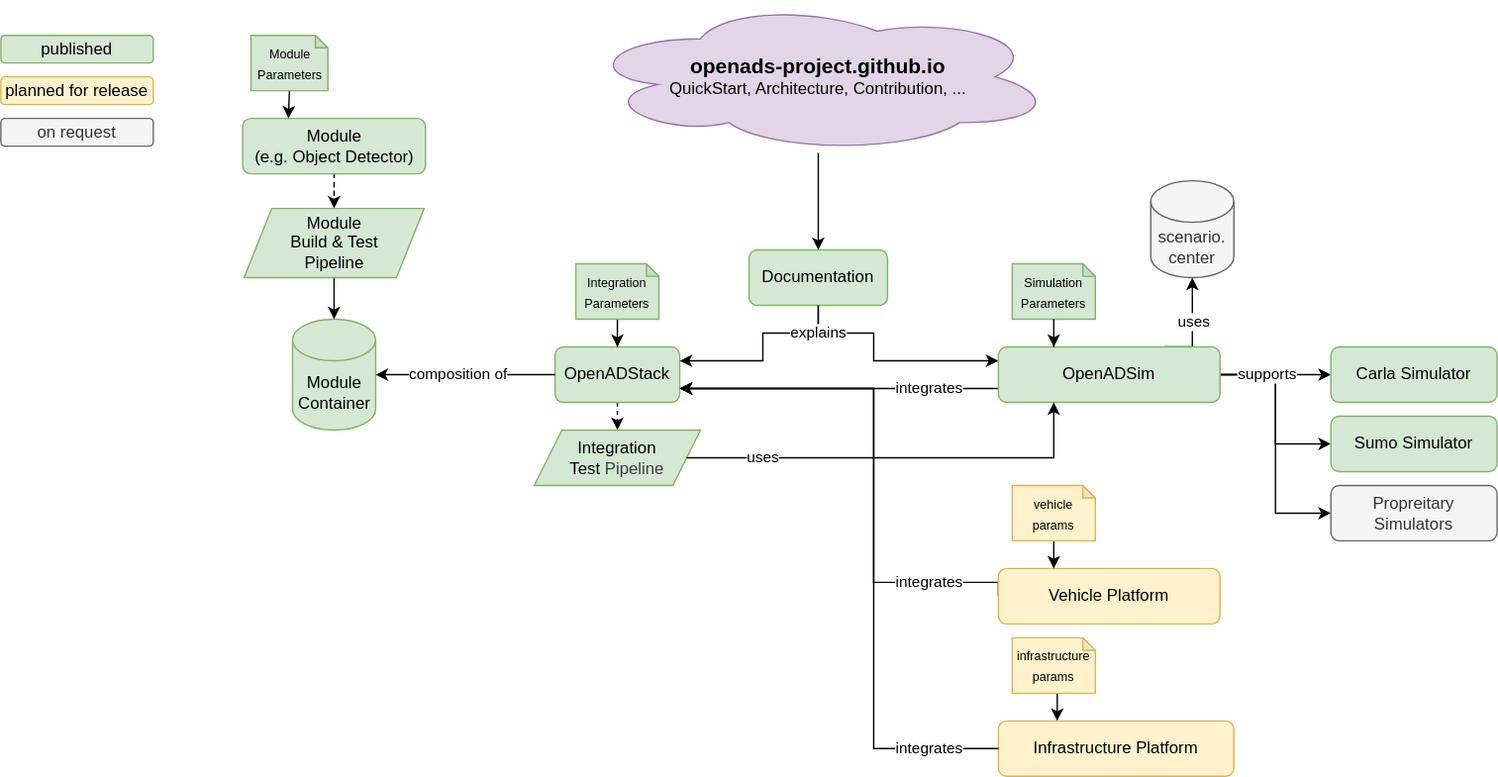
Above: docs/design/architecture.drawio.svg in openads-project/openads-project.github.io (draw.io), before the change. Source tidied: cells renumbered, new cells last; positions are measured from the earlier drawing's top-left corner, leaving out a move shared by most shapes.
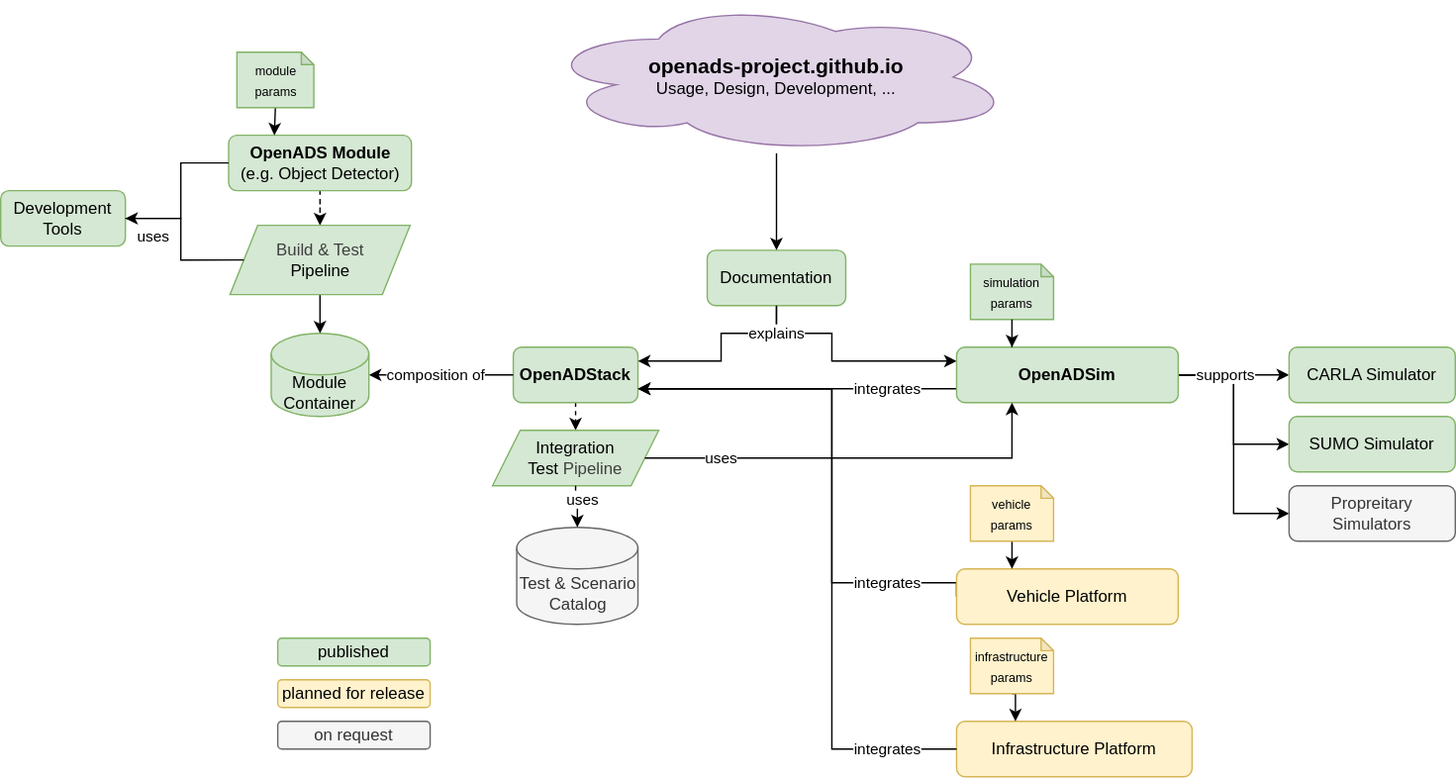
The same file after the commit.

The edit, as a diff of the source:
```diff
@@ -11,7 +11,7 @@
     <mxCell id="4" style="edgeStyle=none;html=1;dashed=1;" parent="1" edge="1" source="5" target="10">
       <mxGeometry relative="1" as="geometry" />
     </mxCell>
-    <mxCell id="5" value="OpenADStack" style="rounded=1;whiteSpace=wrap;html=1;fillColor=#d5e8d4;strokeColor=#82b366;" parent="1" vertex="1">
+    <mxCell id="5" value="OpenADStack" style="rounded=1;whiteSpace=wrap;html=1;fillColor=#d5e8d4;strokeColor=#82b366;fontStyle=1;" parent="1" vertex="1">
       <mxGeometry x="400" y="250" width="90" height="40" as="geometry" />
     </mxCell>
     <mxCell id="6" style="edgeStyle=orthogonalEdgeStyle;rounded=0;jettySize=auto;html=1;entryX=1;entryY=0.25;entryDx=0;entryDy=0;exitX=0.5;exitY=1;exitDx=0;exitDy=0;" parent="1" edge="1" source="7" target="5">
@@ -26,26 +26,20 @@
     <mxCell id="7" value="Documentation" style="rounded=1;whiteSpace=wrap;html=1;fillColor=#d5e8d4;strokeColor=#82b366;" parent="1" vertex="1">
       <mxGeometry x="540" y="180" width="100" height="40" as="geometry" />
     </mxCell>
-    <mxCell id="8" style="edgeStyle=orthogonalEdgeStyle;rounded=0;jettySize=auto;html=1;exitX=0.5;exitY=1;exitDx=0;exitDy=0;exitPerimeter=0;" parent="1" edge="1" source="9" target="5">
-      <mxGeometry relative="1" as="geometry" />
-    </mxCell>
-    <mxCell id="9" value="&lt;font style=&quot;font-size: 9px;&quot;&gt;Integration Parameters&lt;/font&gt;" style="shape=note;whiteSpace=wrap;html=1;backgroundOutline=1;darkOpacity=0.05;size=9;fillColor=#d5e8d4;strokeColor=#82b366;" parent="1" vertex="1">
-      <mxGeometry x="415" y="190" width="60" height="40" as="geometry" />
-    </mxCell>
     <mxCell id="10" value="&lt;div&gt;Integration&lt;/div&gt;&lt;div&gt;Test&amp;nbsp;&lt;span style=&quot;color: rgb(63, 63, 63); background-color: transparent;&quot;&gt;Pipeline&lt;/span&gt;&lt;/div&gt;" style="shape=parallelogram;perimeter=parallelogramPerimeter;whiteSpace=wrap;html=1;fixedSize=1;fillColor=#d5e8d4;strokeColor=#82b366;" parent="1" vertex="1">
       <mxGeometry x="385" y="310" width="120" height="40" as="geometry" />
     </mxCell>
     <mxCell id="11" style="edgeStyle=orthogonalEdgeStyle;rounded=0;jettySize=auto;html=1;entryX=0.5;entryY=0;entryDx=0;entryDy=0;" parent="1" edge="1" source="12" target="7">
       <mxGeometry relative="1" as="geometry" />
     </mxCell>
-    <mxCell id="12" value="&lt;div&gt;&lt;span style=&quot;font-size: 15px;&quot;&gt;&lt;b&gt;openads-project.github.io&lt;/b&gt;&lt;/span&gt;&lt;/div&gt;QuickStart, Architecture, Contribution, ..." style="ellipse;shape=cloud;whiteSpace=wrap;html=1;fillColor=#e1d5e7;strokeColor=#9673a6;" parent="1" vertex="1">
+    <mxCell id="12" value="&lt;div&gt;&lt;span style=&quot;font-size: 15px;&quot;&gt;&lt;b&gt;openads-project.github.io&lt;/b&gt;&lt;/span&gt;&lt;/div&gt;Usage, Design, Development, ..." style="ellipse;shape=cloud;whiteSpace=wrap;html=1;fillColor=#e1d5e7;strokeColor=#9673a6;" parent="1" vertex="1">
       <mxGeometry x="420" width="340" height="110" as="geometry" />
     </mxCell>
     <mxCell id="13" value="published" style="rounded=1;whiteSpace=wrap;html=1;fillColor=#d5e8d4;strokeColor=#82b366;" parent="1" vertex="1">
-      <mxGeometry y="25" width="110" height="20" as="geometry" />
+      <mxGeometry x="230" y="460" width="110" height="20" as="geometry" />
     </mxCell>
     <mxCell id="14" value="planned for release" style="rounded=1;whiteSpace=wrap;html=1;fillColor=#fff2cc;strokeColor=#d6b656;" parent="1" vertex="1">
-      <mxGeometry y="55" width="110" height="20" as="geometry" />
+      <mxGeometry x="230" y="490" width="110" height="20" as="geometry" />
     </mxCell>
     <mxCell id="15" value="integrates" style="edgeStyle=orthogonalEdgeStyle;rounded=0;jettySize=auto;html=1;entryX=1;entryY=0.75;entryDx=0;entryDy=0;exitX=0;exitY=0.75;exitDx=0;exitDy=0;" parent="1" edge="1" source="22" target="5">
       <mxGeometry x="-0.57" relative="1" as="geometry" />
@@ -68,34 +62,22 @@
         </Array>
       </mxGeometry>
     </mxCell>
-    <mxCell id="18" style="edgeStyle=orthogonalEdgeStyle;rounded=0;jettySize=auto;html=1;entryX=0.5;entryY=1;entryDx=0;entryDy=0;entryPerimeter=0;exitX=0.75;exitY=0;exitDx=0;exitDy=0;" parent="1" edge="1" source="22" target="20">
-      <mxGeometry relative="1" as="geometry">
-        <Array as="points">
-          <mxPoint x="860" y="250" />
-        </Array>
-      </mxGeometry>
-    </mxCell>
-    <mxCell id="19" value="uses" style="edgeLabel;html=1;align=center;verticalAlign=middle;" parent="18" vertex="1">
-      <mxGeometry x="-0.28" relative="1" as="geometry">
-        <mxPoint y="-14" as="offset" />
-      </mxGeometry>
-    </mxCell>
-    <mxCell id="20" value="&lt;div&gt;scenario.&lt;/div&gt;&lt;div&gt;center&lt;/div&gt;" style="shape=cylinder3;whiteSpace=wrap;html=1;boundedLbl=1;backgroundOutline=1;size=15;fillColor=#f5f5f5;strokeColor=#666666;fontColor=#333333;" parent="1" vertex="1">
-      <mxGeometry x="830" y="130" width="60" height="70" as="geometry" />
+    <mxCell id="20" value="&lt;div&gt;Test &amp;amp; Scenario Catalog&lt;/div&gt;" style="shape=cylinder3;whiteSpace=wrap;html=1;boundedLbl=1;backgroundOutline=1;size=15;fillColor=#f5f5f5;strokeColor=#666666;fontColor=#333333;" parent="1" vertex="1">
+      <mxGeometry x="402.5" y="380" width="87.5" height="70" as="geometry" />
     </mxCell>
     <mxCell id="21" value="supports" style="edgeStyle=orthogonalEdgeStyle;rounded=0;jettySize=auto;html=1;exitX=1;exitY=0.5;exitDx=0;exitDy=0;entryX=0;entryY=0.5;entryDx=0;entryDy=0;" parent="1" edge="1" source="22" target="25">
       <mxGeometry x="-0.14" relative="1" as="geometry" />
     </mxCell>
-    <mxCell id="22" value="OpenADSim" style="rounded=1;whiteSpace=wrap;html=1;fillColor=#d5e8d4;strokeColor=#82b366;" parent="1" vertex="1">
+    <mxCell id="22" value="OpenADSim" style="rounded=1;whiteSpace=wrap;html=1;fillColor=#d5e8d4;strokeColor=#82b366;fontStyle=1;" parent="1" vertex="1">
       <mxGeometry x="720" y="250" width="160" height="40" as="geometry" />
     </mxCell>
-    <mxCell id="23" value="&lt;font style=&quot;font-size: 9px;&quot;&gt;Simulation Parameters&lt;/font&gt;" style="shape=note;whiteSpace=wrap;html=1;backgroundOutline=1;darkOpacity=0.05;size=9;fillColor=#d5e8d4;strokeColor=#82b366;" parent="1" vertex="1">
+    <mxCell id="23" value="&lt;font style=&quot;font-size: 9px;&quot;&gt;simulation params&lt;/font&gt;" style="shape=note;whiteSpace=wrap;html=1;backgroundOutline=1;darkOpacity=0.05;size=9;fillColor=#d5e8d4;strokeColor=#82b366;" parent="1" vertex="1">
       <mxGeometry x="730" y="190" width="60" height="40" as="geometry" />
     </mxCell>
     <mxCell id="24" style="edgeStyle=orthogonalEdgeStyle;rounded=0;jettySize=auto;html=1;entryX=0.25;entryY=0;entryDx=0;entryDy=0;" parent="1" edge="1" source="23" target="22">
       <mxGeometry relative="1" as="geometry" />
     </mxCell>
-    <mxCell id="25" value="Carla Simulator" style="rounded=1;whiteSpace=wrap;html=1;fillColor=#d5e8d4;strokeColor=#82b366;" parent="1" vertex="1">
+    <mxCell id="25" value="CARLA Simulator" style="rounded=1;whiteSpace=wrap;html=1;fillColor=#d5e8d4;strokeColor=#82b366;" parent="1" vertex="1">
       <mxGeometry x="960" y="250" width="120" height="40" as="geometry" />
     </mxCell>
     <mxCell id="26" value="composition of" style="edgeStyle=orthogonalEdgeStyle;rounded=0;jettySize=auto;html=1;entryX=1;entryY=0.5;entryDx=0;entryDy=0;entryPerimeter=0;exitX=0;exitY=0.5;exitDx=0;exitDy=0;" parent="1" edge="1" source="5" target="29">
@@ -104,17 +86,17 @@
     <mxCell id="27" style="edgeStyle=orthogonalEdgeStyle;rounded=0;jettySize=auto;html=1;dashed=1;" parent="1" edge="1" source="28" target="31">
       <mxGeometry relative="1" as="geometry" />
     </mxCell>
-    <mxCell id="28" value="&lt;div&gt;Module&lt;/div&gt;(e.g. Object Detector)" style="rounded=1;whiteSpace=wrap;html=1;fillColor=#d5e8d4;strokeColor=#82b366;" parent="1" vertex="1">
-      <mxGeometry x="174.5" y="85" width="132" height="40" as="geometry" />
+    <mxCell id="28" value="&lt;div&gt;&lt;b&gt;OpenADS Module&lt;/b&gt;&lt;/div&gt;(e.g. Object Detector)" style="rounded=1;whiteSpace=wrap;html=1;fillColor=#d5e8d4;strokeColor=#82b366;" parent="1" vertex="1">
+      <mxGeometry x="194.5" y="97" width="132" height="40" as="geometry" />
     </mxCell>
     <mxCell id="29" value="Module Container" style="shape=cylinder3;whiteSpace=wrap;html=1;boundedLbl=1;backgroundOutline=1;size=15;fillColor=#d5e8d4;strokeColor=#82b366;" parent="1" vertex="1">
-      <mxGeometry x="210.5" y="230" width="60" height="80" as="geometry" />
+      <mxGeometry x="225.3" y="240" width="70.5" height="60" as="geometry" />
     </mxCell>
     <mxCell id="30" style="edgeStyle=orthogonalEdgeStyle;rounded=0;jettySize=auto;html=1;" parent="1" edge="1" source="31" target="29">
       <mxGeometry relative="1" as="geometry" />
     </mxCell>
-    <mxCell id="31" value="&lt;div&gt;Module&lt;/div&gt;&lt;div&gt;Build &amp;amp; Test&lt;/div&gt;&lt;div&gt;Pipeline&lt;/div&gt;" style="shape=parallelogram;perimeter=parallelogramPerimeter;whiteSpace=wrap;html=1;fixedSize=1;fillColor=#d5e8d4;strokeColor=#82b366;" parent="1" vertex="1">
-      <mxGeometry x="175.5" y="150" width="130" height="50" as="geometry" />
+    <mxCell id="31" value="&lt;div&gt;&lt;span style=&quot;color: rgb(63, 63, 63); background-color: transparent;&quot;&gt;Build &amp;amp; Test&lt;/span&gt;&lt;/div&gt;&lt;div&gt;Pipeline&lt;/div&gt;" style="shape=parallelogram;perimeter=parallelogramPerimeter;whiteSpace=wrap;html=1;fixedSize=1;fillColor=#d5e8d4;strokeColor=#82b366;" parent="1" vertex="1">
+      <mxGeometry x="195.5" y="162" width="130" height="50" as="geometry" />
     </mxCell>
     <mxCell id="32" value="Vehicle Platform" style="rounded=1;whiteSpace=wrap;html=1;fillColor=#fff2cc;strokeColor=#d6b656;" parent="1" vertex="1">
       <mxGeometry x="720" y="410" width="160" height="40" as="geometry" />
@@ -148,17 +130,39 @@
     <mxCell id="40" style="edgeStyle=orthogonalEdgeStyle;rounded=0;jettySize=auto;html=1;exitX=0.5;exitY=1;exitDx=0;exitDy=0;exitPerimeter=0;entryX=0.25;entryY=0;entryDx=0;entryDy=0;" parent="1" edge="1" source="41" target="28">
       <mxGeometry relative="1" as="geometry" />
     </mxCell>
-    <mxCell id="41" value="&lt;font style=&quot;font-size: 9px;&quot;&gt;Module Parameters&lt;/font&gt;" style="shape=note;whiteSpace=wrap;html=1;backgroundOutline=1;darkOpacity=0.05;size=9;fillColor=#d5e8d4;strokeColor=#82b366;" parent="1" vertex="1">
-      <mxGeometry x="180.5" y="25" width="55.5" height="40" as="geometry" />
+    <mxCell id="41" value="&lt;font style=&quot;font-size: 9px;&quot;&gt;module params&lt;/font&gt;" style="shape=note;whiteSpace=wrap;html=1;backgroundOutline=1;darkOpacity=0.05;size=9;fillColor=#d5e8d4;strokeColor=#82b366;" parent="1" vertex="1">
+      <mxGeometry x="200.5" y="37" width="55.5" height="40" as="geometry" />
     </mxCell>
-    <mxCell id="42" value="Sumo Simulator" style="rounded=1;whiteSpace=wrap;html=1;fillColor=#d5e8d4;strokeColor=#82b366;" parent="1" vertex="1">
+    <mxCell id="42" value="SUMO Simulator" style="rounded=1;whiteSpace=wrap;html=1;fillColor=#d5e8d4;strokeColor=#82b366;" parent="1" vertex="1">
       <mxGeometry x="960" y="300" width="120" height="40" as="geometry" />
     </mxCell>
     <mxCell id="43" value="Propreitary Simulators" style="rounded=1;whiteSpace=wrap;html=1;fillColor=#f5f5f5;strokeColor=#666666;fontColor=#333333;" parent="1" vertex="1">
       <mxGeometry x="960" y="350" width="120" height="40" as="geometry" />
     </mxCell>
     <mxCell id="44" value="on request" style="rounded=1;whiteSpace=wrap;html=1;fillColor=#f5f5f5;strokeColor=#666666;fontColor=#333333;" parent="1" vertex="1">
-      <mxGeometry y="85" width="110" height="20" as="geometry" />
+      <mxGeometry x="230" y="520" width="110" height="20" as="geometry" />
     </mxCell>
+    <mxCell id="45" value="uses" style="edgeStyle=orthogonalEdgeStyle;html=1;entryX=0.5;entryY=0;entryDx=0;entryDy=0;rounded=0;curved=0;exitX=0.5;exitY=1;exitDx=0;exitDy=0;entryPerimeter=0;" parent="1" edge="1" source="10" target="20">
+      <mxGeometry x="-0.33" y="5" relative="1" as="geometry" />
+    </mxCell>
+    <mxCell id="46" value="&lt;span style=&quot;font-weight: normal;&quot;&gt;Development Tools&lt;/span&gt;" style="rounded=1;whiteSpace=wrap;html=1;fillColor=#d5e8d4;strokeColor=#82b366;fontStyle=1;" parent="1" vertex="1">
+      <mxGeometry x="30" y="137" width="90" height="40" as="geometry" />
+    </mxCell>
+    <mxCell id="47" value="uses" style="edgeStyle=orthogonalEdgeStyle;rounded=0;jettySize=auto;html=1;entryX=0;entryY=0.5;entryDx=0;entryDy=0;exitX=1;exitY=0.5;exitDx=0;exitDy=0;startArrow=classic;startFill=1;endArrow=none;endFill=0;" parent="1" edge="1" source="46" target="31">
+      <mxGeometry x="-0.65" y="-13" relative="1" as="geometry">
+        <Array as="points">
+          <mxPoint x="160" y="157" />
+          <mxPoint x="160" y="187" />
+        </Array>
+      </mxGeometry>
+    </mxCell>
+    <mxCell id="48" style="edgeStyle=orthogonalEdgeStyle;rounded=0;jettySize=auto;html=1;entryX=0;entryY=0.5;entryDx=0;entryDy=0;exitX=1;exitY=0.5;exitDx=0;exitDy=0;endArrow=none;endFill=0;" parent="1" edge="1" source="46" target="28">
+      <mxGeometry x="0.08" relative="1" as="geometry">
+        <Array as="points">
+          <mxPoint x="160" y="157" />
+          <mxPoint x="160" y="117" />
+        </Array>
+      </mxGeometry>
+    </mxCell>
   </root>
 </mxGraphModel>
```
